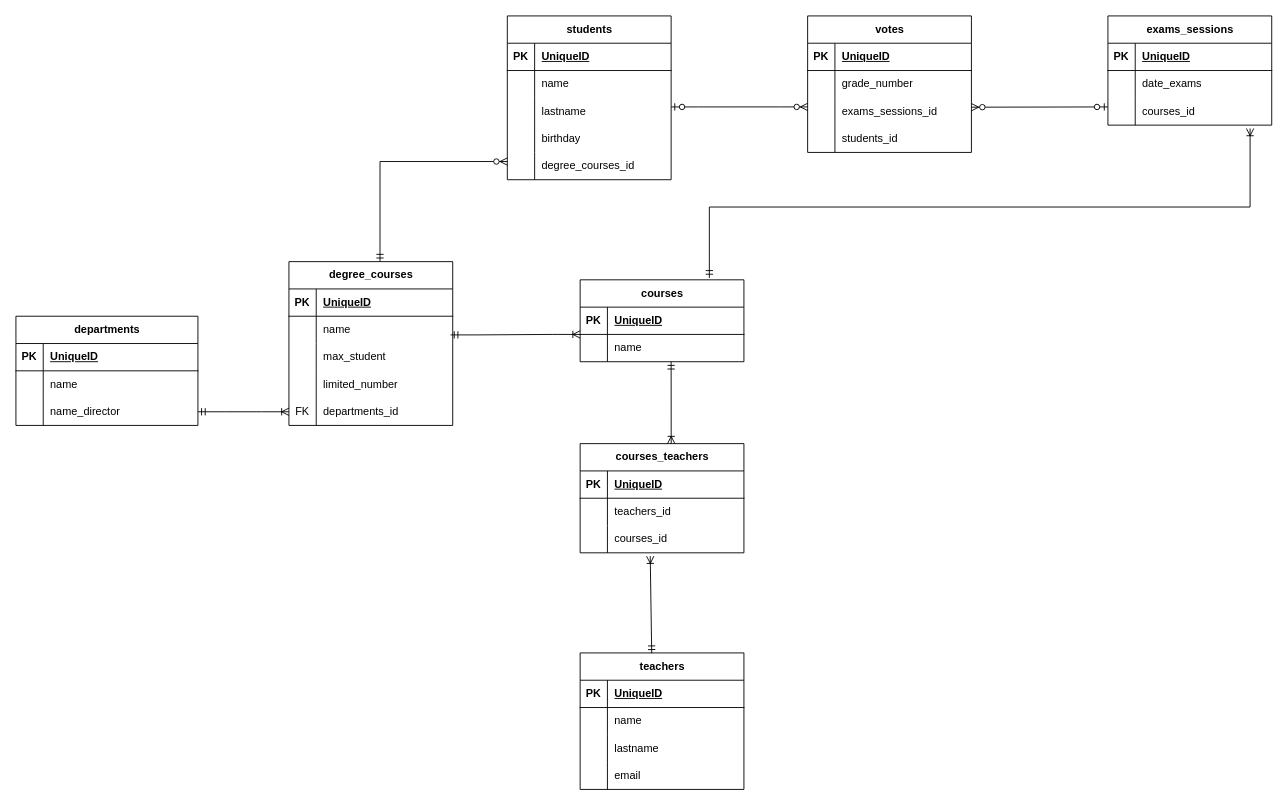
This is universita.drawio from marcogulino-mg/db-university, a draw.io file, before an edit. Source tidied: cells renumbered, new cells numbered last; positions are measured from the earlier drawing's top-left corner, leaving out a move shared by most shapes. Both pictures are drawn from the tidied source at 91%, with x=0, y=0 at pixel (15, 15).
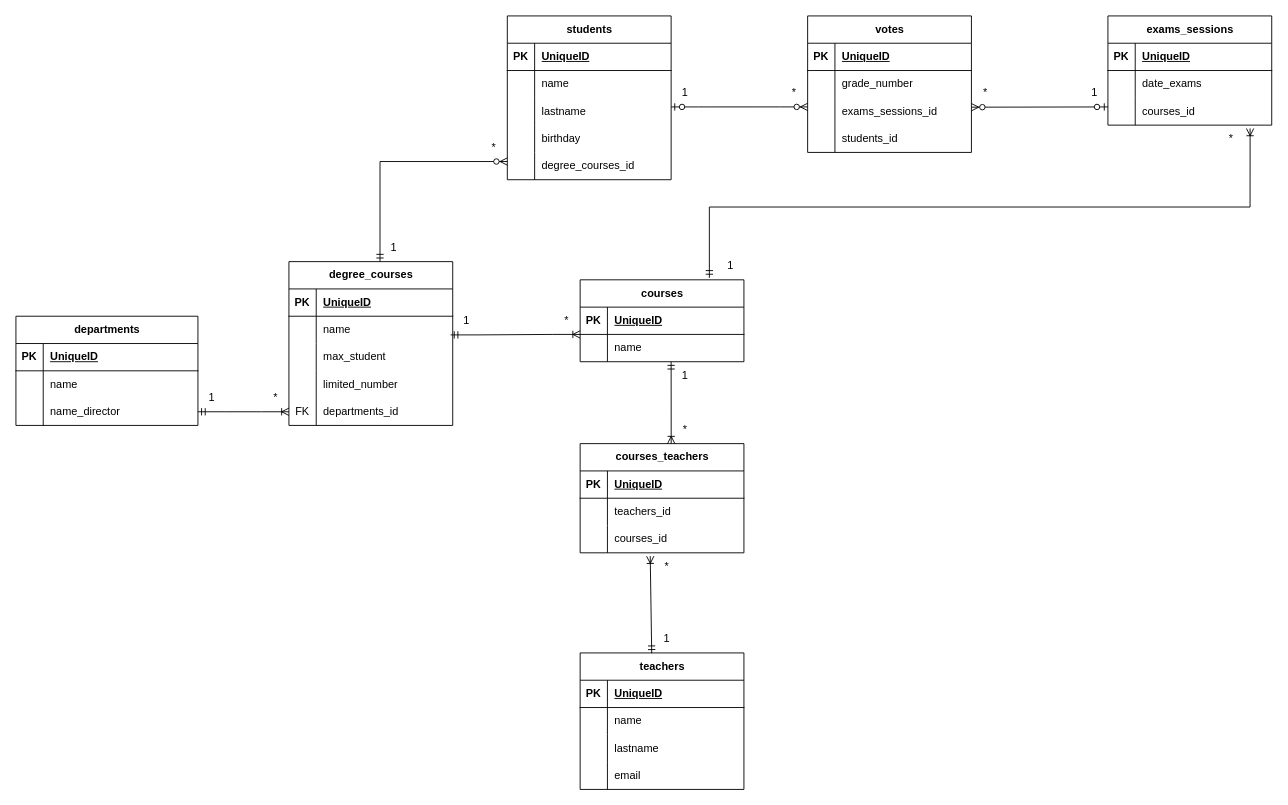
After the change.

Commit message (it also covers changes not shown here):
[feat] add in README.md query exercise with SELECT

The edit, as a diff of the source:
```diff
@@
+    <mxCell id="105" value="*" style="text;html=1;align=center;verticalAlign=middle;strokeColor=none;fillColor=none;" parent="1" vertex="1">
+      <mxGeometry x="270" y="405" width="30" height="30" as="geometry" />
+    </mxCell>
+    <mxCell id="106" value="1" style="text;html=1;align=center;verticalAlign=middle;strokeColor=none;fillColor=none;" parent="1" vertex="1">
+      <mxGeometry x="200" y="405" width="30" height="30" as="geometry" />
+    </mxCell>
+    <mxCell id="107" value="1" style="text;html=1;align=center;verticalAlign=middle;strokeColor=none;fillColor=none;" parent="1" vertex="1">
+      <mxGeometry x="480" y="320" width="30" height="30" as="geometry" />
+    </mxCell>
+    <mxCell id="108" value="1" style="text;html=1;align=center;verticalAlign=middle;strokeColor=none;fillColor=none;" parent="1" vertex="1">
+      <mxGeometry x="720" y="380" width="30" height="30" as="geometry" />
+    </mxCell>
+    <mxCell id="109" value="1" style="text;html=1;align=center;verticalAlign=middle;strokeColor=none;fillColor=none;" parent="1" vertex="1">
+      <mxGeometry x="700" y="670" width="30" height="30" as="geometry" />
+    </mxCell>
+    <mxCell id="110" value="1" style="text;html=1;align=center;verticalAlign=middle;strokeColor=none;fillColor=none;" parent="1" vertex="1">
+      <mxGeometry x="400" y="240" width="30" height="30" as="geometry" />
+    </mxCell>
+    <mxCell id="111" value="1" style="text;html=1;align=center;verticalAlign=middle;strokeColor=none;fillColor=none;" parent="1" vertex="1">
+      <mxGeometry x="720" y="70" width="30" height="30" as="geometry" />
+    </mxCell>
+    <mxCell id="112" value="1" style="text;html=1;align=center;verticalAlign=middle;strokeColor=none;fillColor=none;" parent="1" vertex="1">
+      <mxGeometry x="1170" y="70" width="30" height="30" as="geometry" />
+    </mxCell>
+    <mxCell id="113" value="1" style="text;html=1;align=center;verticalAlign=middle;strokeColor=none;fillColor=none;" parent="1" vertex="1">
+      <mxGeometry x="770" y="260" width="30" height="30" as="geometry" />
+    </mxCell>
+    <mxCell id="114" value="*" style="text;html=1;align=center;verticalAlign=middle;strokeColor=none;fillColor=none;" parent="1" vertex="1">
+      <mxGeometry x="510" y="130" width="30" height="30" as="geometry" />
+    </mxCell>
+    <mxCell id="115" value="*" style="text;html=1;align=center;verticalAlign=middle;strokeColor=none;fillColor=none;" parent="1" vertex="1">
+      <mxGeometry x="590" y="320" width="30" height="30" as="geometry" />
+    </mxCell>
+    <mxCell id="116" value="*" style="text;html=1;align=center;verticalAlign=middle;strokeColor=none;fillColor=none;" parent="1" vertex="1">
+      <mxGeometry x="720" y="440" width="30" height="30" as="geometry" />
+    </mxCell>
+    <mxCell id="117" value="*" style="text;html=1;align=center;verticalAlign=middle;strokeColor=none;fillColor=none;" parent="1" vertex="1">
+      <mxGeometry x="700" y="590" width="30" height="30" as="geometry" />
+    </mxCell>
+    <mxCell id="118" value="*" style="text;html=1;align=center;verticalAlign=middle;strokeColor=none;fillColor=none;" parent="1" vertex="1">
+      <mxGeometry x="840" y="70" width="30" height="30" as="geometry" />
+    </mxCell>
+    <mxCell id="119" value="*" style="text;html=1;align=center;verticalAlign=middle;strokeColor=none;fillColor=none;" parent="1" vertex="1">
+      <mxGeometry x="1050" y="70" width="30" height="30" as="geometry" />
+    </mxCell>
+    <mxCell id="120" value="*" style="text;html=1;align=center;verticalAlign=middle;strokeColor=none;fillColor=none;" parent="1" vertex="1">
+      <mxGeometry x="1320" y="120" width="30" height="30" as="geometry" />
+    </mxCell>
```
